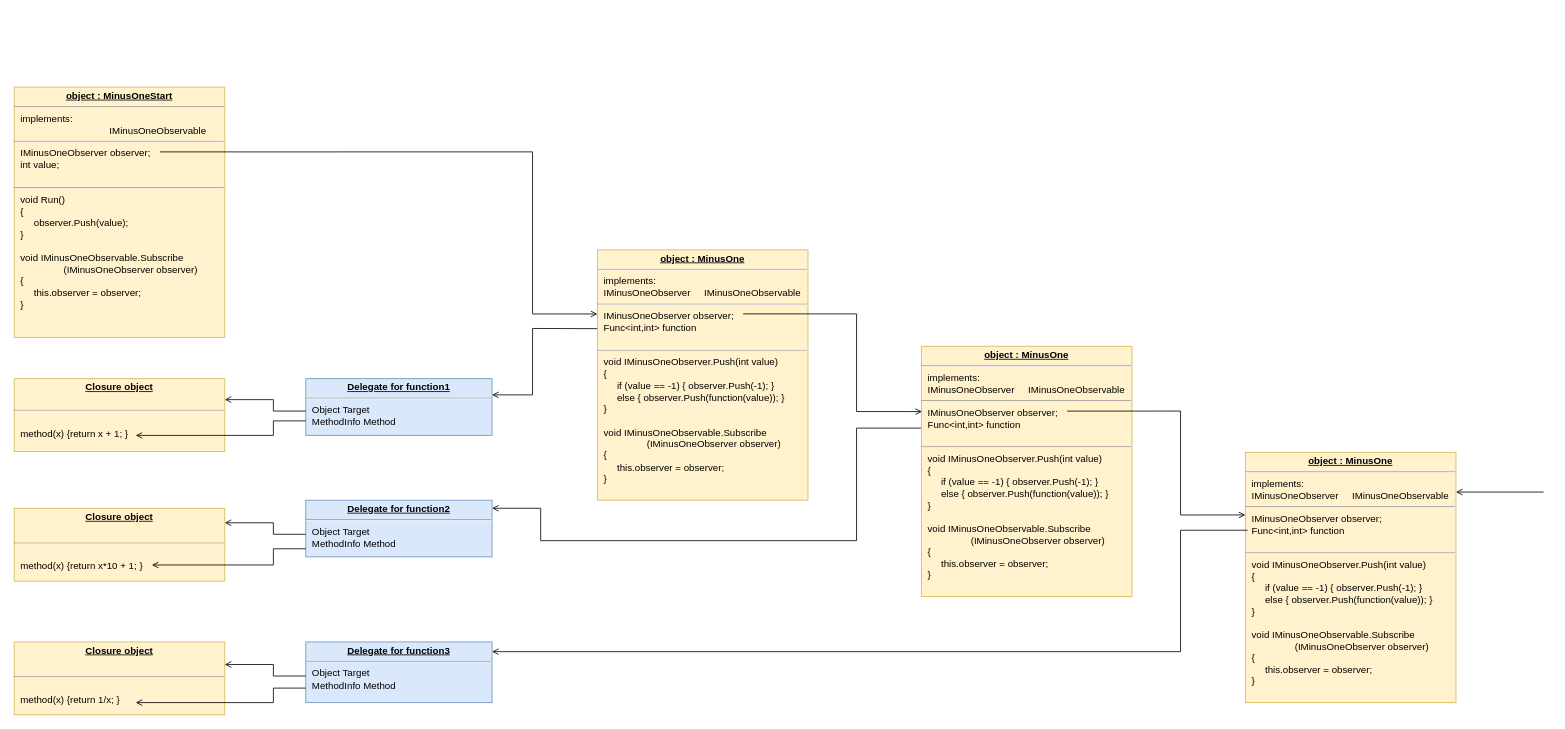
Earlier version of the draw.io diagram page "MinusOneDeferredPush" (5 of 7) of resources/MonadClosureDiagram.drawio (johnspray74/ALAAsciiDoc). Source tidied: cells renumbered, new cells numbered last; positions are measured from the earlier drawing's top-left corner, leaving out a move shared by most shapes. Both pictures are drawn from the tidied source at 81%, with x=0, y=0 at pixel (14, 87).
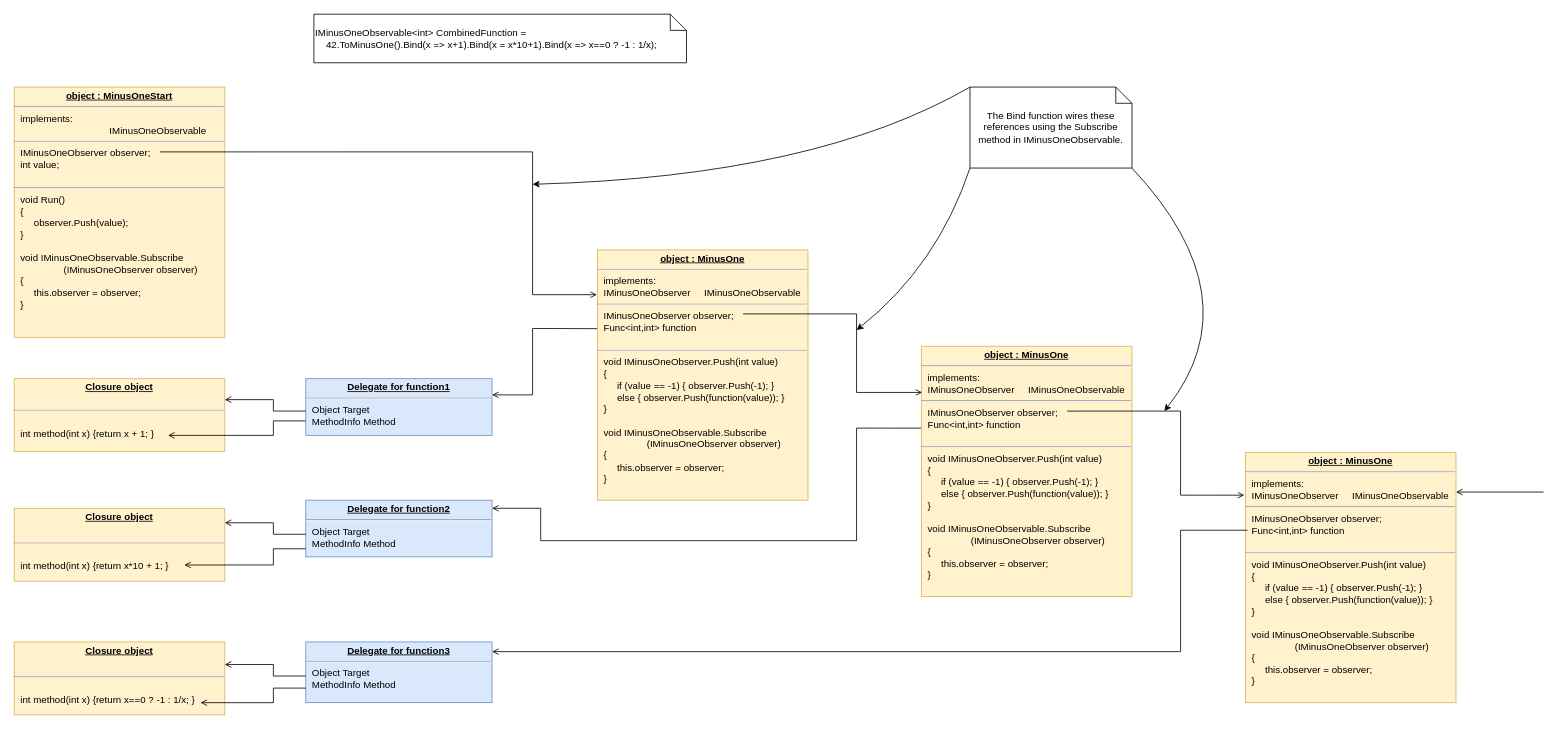
The same page after the edit.

Commit message (it also covers changes not shown here):
Edits to monad explanation section in chapter six and modification of the object diagrams for deferred MinusOne and Maybe monads.

The change refers to these unchanged cells:
```xml
<mxCell id="25" value="&lt;p style=&quot;margin: 0px ; margin-top: 4px ; text-align: center ; text-decoration: underline&quot;&gt;&lt;b&gt;object : MinusOne&lt;/b&gt;&lt;/p&gt;&lt;hr&gt;&lt;p style=&quot;margin: 0px ; margin-left: 8px&quot;&gt;implements:&lt;/p&gt;&lt;p style=&quot;margin: 0px ; margin-left: 8px&quot;&gt;IMinusOneObserver&amp;nbsp; &amp;nbsp; &amp;nbsp;IMinusOneObservable&lt;/p&gt;&lt;hr&gt;&lt;p style=&quot;margin: 0px ; margin-left: 8px&quot;&gt;&lt;span&gt;IMinus&lt;/span&gt;&lt;span&gt;OneObserver observer;&lt;/span&gt;&lt;/p&gt;&lt;p style=&quot;margin: 0px 0px 0px 8px&quot;&gt;Func&amp;lt;int,int&amp;gt; function&lt;/p&gt;&lt;p style=&quot;margin: 0px 0px 0px 8px&quot;&gt;&lt;br&gt;&lt;/p&gt;&lt;hr&gt;&lt;p style=&quot;margin: 0px ; margin-left: 8px&quot;&gt;&lt;span&gt;void IMinusOneObserver.Push(int value)&lt;/span&gt;&lt;br&gt;&lt;/p&gt;&lt;p style=&quot;margin: 0px ; margin-left: 8px&quot;&gt;{&lt;/p&gt;&lt;p style=&quot;margin: 0px ; margin-left: 8px&quot;&gt;&amp;nbsp; &amp;nbsp; &amp;nbsp;if (value == -1)&amp;nbsp;&lt;span&gt;{&amp;nbsp;&lt;/span&gt;&lt;span&gt;observer.Push(-1);&amp;nbsp;&lt;/span&gt;&lt;span&gt;}&lt;/span&gt;&lt;/p&gt;&lt;p style=&quot;margin: 0px ; margin-left: 8px&quot;&gt;&amp;nbsp; &amp;nbsp; &amp;nbsp;else&amp;nbsp;&lt;span&gt;{&amp;nbsp;&lt;/span&gt;&lt;span&gt;observer.Push(function(value));&amp;nbsp;&lt;/span&gt;&lt;span&gt;}&lt;/span&gt;&lt;/p&gt;&lt;p style=&quot;margin: 0px ; margin-left: 8px&quot;&gt;}&lt;/p&gt;&lt;p style=&quot;margin: 0px ; margin-left: 8px&quot;&gt;&lt;br&gt;&lt;/p&gt;&lt;p style=&quot;margin: 0px ; margin-left: 8px&quot;&gt;void IMinusOneObservable.Subscribe&lt;/p&gt;&lt;p style=&quot;margin: 0px ; margin-left: 8px&quot;&gt;&lt;span style=&quot;white-space: pre&quot;&gt;&#9;&lt;/span&gt;&lt;span style=&quot;white-space: pre&quot;&gt;&#9;&lt;/span&gt;(IMinusOneObserver observer)&lt;/p&gt;&lt;p style=&quot;margin: 0px ; margin-left: 8px&quot;&gt;{&lt;/p&gt;&lt;p style=&quot;margin: 0px ; margin-left: 8px&quot;&gt;&amp;nbsp; &amp;nbsp; &amp;nbsp;this.observer = observer;&lt;/p&gt;&lt;p style=&quot;margin: 0px ; margin-left: 8px&quot;&gt;}&lt;/p&gt;&lt;div&gt;&lt;br&gt;&lt;/div&gt;" style="verticalAlign=top;align=left;overflow=fill;fontSize=12;fontFamily=Helvetica;html=1;fillColor=#fff2cc;strokeColor=#d6b656;" parent="1" vertex="1">
  <mxGeometry x="1520" y="451" width="260" height="309" as="geometry" />
</mxCell>
<mxCell id="34" value="&lt;p style=&quot;margin: 0px ; margin-top: 4px ; text-align: center ; text-decoration: underline&quot;&gt;&lt;b&gt;object : MinusOne&lt;/b&gt;&lt;/p&gt;&lt;hr&gt;&lt;p style=&quot;margin: 0px ; margin-left: 8px&quot;&gt;implements:&lt;/p&gt;&lt;p style=&quot;margin: 0px ; margin-left: 8px&quot;&gt;IMinusOneObserver&amp;nbsp; &amp;nbsp; &amp;nbsp;IMinusOneObservable&lt;/p&gt;&lt;hr&gt;&lt;p style=&quot;margin: 0px ; margin-left: 8px&quot;&gt;&lt;span&gt;IMinus&lt;/span&gt;&lt;span&gt;OneObserver observer;&lt;/span&gt;&lt;/p&gt;&lt;p style=&quot;margin: 0px 0px 0px 8px&quot;&gt;Func&amp;lt;int,int&amp;gt; function&lt;/p&gt;&lt;p style=&quot;margin: 0px 0px 0px 8px&quot;&gt;&lt;br&gt;&lt;/p&gt;&lt;hr&gt;&lt;p style=&quot;margin: 0px ; margin-left: 8px&quot;&gt;&lt;span&gt;void IMinusOneObserver.Push(int value)&lt;/span&gt;&lt;br&gt;&lt;/p&gt;&lt;p style=&quot;margin: 0px ; margin-left: 8px&quot;&gt;{&lt;/p&gt;&lt;p style=&quot;margin: 0px ; margin-left: 8px&quot;&gt;&amp;nbsp; &amp;nbsp; &amp;nbsp;if (value == -1)&amp;nbsp;&lt;span&gt;{&amp;nbsp;&lt;/span&gt;&lt;span&gt;observer.Push(-1);&amp;nbsp;&lt;/span&gt;&lt;span&gt;}&lt;/span&gt;&lt;/p&gt;&lt;p style=&quot;margin: 0px ; margin-left: 8px&quot;&gt;&amp;nbsp; &amp;nbsp; &amp;nbsp;else&amp;nbsp;&lt;span&gt;{&amp;nbsp;&lt;/span&gt;&lt;span&gt;observer.Push(function(value));&amp;nbsp;&lt;/span&gt;&lt;span&gt;}&lt;/span&gt;&lt;/p&gt;&lt;p style=&quot;margin: 0px ; margin-left: 8px&quot;&gt;}&lt;/p&gt;&lt;p style=&quot;margin: 0px ; margin-left: 8px&quot;&gt;&lt;br&gt;&lt;/p&gt;&lt;p style=&quot;margin: 0px ; margin-left: 8px&quot;&gt;void IMinusOneObservable.Subscribe&lt;/p&gt;&lt;p style=&quot;margin: 0px ; margin-left: 8px&quot;&gt;&lt;span style=&quot;white-space: pre&quot;&gt;&#9;&lt;/span&gt;&lt;span style=&quot;white-space: pre&quot;&gt;&#9;&lt;/span&gt;(IMinusOneObserver observer)&lt;/p&gt;&lt;p style=&quot;margin: 0px ; margin-left: 8px&quot;&gt;{&lt;/p&gt;&lt;p style=&quot;margin: 0px ; margin-left: 8px&quot;&gt;&amp;nbsp; &amp;nbsp; &amp;nbsp;this.observer = observer;&lt;/p&gt;&lt;p style=&quot;margin: 0px ; margin-left: 8px&quot;&gt;}&lt;/p&gt;&lt;div&gt;&lt;br&gt;&lt;/div&gt;" style="verticalAlign=top;align=left;overflow=fill;fontSize=12;fontFamily=Helvetica;html=1;fillColor=#fff2cc;strokeColor=#d6b656;" parent="1" vertex="1">
  <mxGeometry x="1120" y="320" width="260" height="309" as="geometry" />
</mxCell>
<mxCell id="35" value="&lt;p style=&quot;margin: 0px ; margin-top: 4px ; text-align: center ; text-decoration: underline&quot;&gt;&lt;b&gt;object : MinusOne&lt;/b&gt;&lt;/p&gt;&lt;hr&gt;&lt;p style=&quot;margin: 0px ; margin-left: 8px&quot;&gt;implements:&lt;/p&gt;&lt;p style=&quot;margin: 0px ; margin-left: 8px&quot;&gt;IMinusOneObserver&amp;nbsp; &amp;nbsp; &amp;nbsp;IMinusOneObservable&lt;/p&gt;&lt;hr&gt;&lt;p style=&quot;margin: 0px ; margin-left: 8px&quot;&gt;&lt;span&gt;IMinus&lt;/span&gt;&lt;span&gt;OneObserver observer;&lt;/span&gt;&lt;/p&gt;&lt;p style=&quot;margin: 0px 0px 0px 8px&quot;&gt;Func&amp;lt;int,int&amp;gt; function&lt;/p&gt;&lt;p style=&quot;margin: 0px 0px 0px 8px&quot;&gt;&lt;br&gt;&lt;/p&gt;&lt;hr&gt;&lt;p style=&quot;margin: 0px ; margin-left: 8px&quot;&gt;&lt;span&gt;void IMinusOneObserver.Push(int value)&lt;/span&gt;&lt;br&gt;&lt;/p&gt;&lt;p style=&quot;margin: 0px ; margin-left: 8px&quot;&gt;{&lt;/p&gt;&lt;p style=&quot;margin: 0px ; margin-left: 8px&quot;&gt;&amp;nbsp; &amp;nbsp; &amp;nbsp;if (value == -1)&amp;nbsp;&lt;span&gt;{&amp;nbsp;&lt;/span&gt;&lt;span&gt;observer.Push(-1);&amp;nbsp;&lt;/span&gt;&lt;span&gt;}&lt;/span&gt;&lt;/p&gt;&lt;p style=&quot;margin: 0px ; margin-left: 8px&quot;&gt;&amp;nbsp; &amp;nbsp; &amp;nbsp;else&amp;nbsp;&lt;span&gt;{&amp;nbsp;&lt;/span&gt;&lt;span&gt;observer.Push(function(value));&amp;nbsp;&lt;/span&gt;&lt;span&gt;}&lt;/span&gt;&lt;/p&gt;&lt;p style=&quot;margin: 0px ; margin-left: 8px&quot;&gt;}&lt;/p&gt;&lt;p style=&quot;margin: 0px ; margin-left: 8px&quot;&gt;&lt;br&gt;&lt;/p&gt;&lt;p style=&quot;margin: 0px ; margin-left: 8px&quot;&gt;void IMinusOneObservable.Subscribe&lt;/p&gt;&lt;p style=&quot;margin: 0px ; margin-left: 8px&quot;&gt;&lt;span style=&quot;white-space: pre&quot;&gt;&#9;&lt;/span&gt;&lt;span style=&quot;white-space: pre&quot;&gt;&#9;&lt;/span&gt;(IMinusOneObserver observer)&lt;/p&gt;&lt;p style=&quot;margin: 0px ; margin-left: 8px&quot;&gt;{&lt;/p&gt;&lt;p style=&quot;margin: 0px ; margin-left: 8px&quot;&gt;&amp;nbsp; &amp;nbsp; &amp;nbsp;this.observer = observer;&lt;/p&gt;&lt;p style=&quot;margin: 0px ; margin-left: 8px&quot;&gt;}&lt;/p&gt;&lt;div&gt;&lt;br&gt;&lt;/div&gt;" style="verticalAlign=top;align=left;overflow=fill;fontSize=12;fontFamily=Helvetica;html=1;fillColor=#fff2cc;strokeColor=#d6b656;" parent="1" vertex="1">
  <mxGeometry x="720" y="201" width="260" height="309" as="geometry" />
</mxCell>
<mxCell id="40" value="&lt;p style=&quot;margin: 0px ; margin-top: 4px ; text-align: center ; text-decoration: underline&quot;&gt;&lt;b&gt;object : MinusOneStart&lt;/b&gt;&lt;/p&gt;&lt;hr&gt;&lt;p style=&quot;margin: 0px ; margin-left: 8px&quot;&gt;implements:&lt;/p&gt;&lt;p style=&quot;margin: 0px ; margin-left: 8px&quot;&gt;&amp;nbsp; &amp;nbsp; &amp;nbsp; &amp;nbsp; &amp;nbsp; &amp;nbsp; &amp;nbsp; &amp;nbsp; &amp;nbsp; &amp;nbsp; &amp;nbsp; &amp;nbsp; &amp;nbsp; &amp;nbsp; &amp;nbsp; &amp;nbsp; &amp;nbsp;IMinusOneObservable&lt;/p&gt;&lt;hr&gt;&lt;p style=&quot;margin: 0px ; margin-left: 8px&quot;&gt;&lt;span&gt;IMinus&lt;/span&gt;&lt;span&gt;OneObserver observer;&lt;/span&gt;&lt;/p&gt;&lt;p style=&quot;margin: 0px 0px 0px 8px&quot;&gt;&lt;span&gt;int value;&lt;/span&gt;&lt;/p&gt;&lt;p style=&quot;margin: 0px 0px 0px 8px&quot;&gt;&lt;br&gt;&lt;/p&gt;&lt;hr&gt;&lt;p style=&quot;margin: 0px ; margin-left: 8px&quot;&gt;&lt;span&gt;void Run()&lt;/span&gt;&lt;br&gt;&lt;/p&gt;&lt;p style=&quot;margin: 0px ; margin-left: 8px&quot;&gt;{&lt;/p&gt;&lt;p style=&quot;margin: 0px ; margin-left: 8px&quot;&gt;&amp;nbsp; &amp;nbsp; &amp;nbsp;&lt;span&gt;observer.Push(value);&lt;/span&gt;&lt;/p&gt;&lt;p style=&quot;margin: 0px ; margin-left: 8px&quot;&gt;}&lt;/p&gt;&lt;p style=&quot;margin: 0px ; margin-left: 8px&quot;&gt;&lt;br&gt;&lt;/p&gt;&lt;p style=&quot;margin: 0px ; margin-left: 8px&quot;&gt;void IMinusOneObservable.Subscribe&lt;/p&gt;&lt;p style=&quot;margin: 0px ; margin-left: 8px&quot;&gt;&lt;span style=&quot;white-space: pre&quot;&gt;&#9;&lt;/span&gt;&lt;span style=&quot;white-space: pre&quot;&gt;&#9;&lt;/span&gt;(IMinusOneObserver observer)&lt;/p&gt;&lt;p style=&quot;margin: 0px ; margin-left: 8px&quot;&gt;{&lt;/p&gt;&lt;p style=&quot;margin: 0px ; margin-left: 8px&quot;&gt;&amp;nbsp; &amp;nbsp; &amp;nbsp;this.observer = observer;&lt;/p&gt;&lt;p style=&quot;margin: 0px ; margin-left: 8px&quot;&gt;}&lt;/p&gt;&lt;div&gt;&lt;br&gt;&lt;/div&gt;" style="verticalAlign=top;align=left;overflow=fill;fontSize=12;fontFamily=Helvetica;html=1;fillColor=#fff2cc;strokeColor=#d6b656;" parent="1" vertex="1">
  <mxGeometry width="260" height="309" as="geometry" />
</mxCell>
```

The edit, as a diff of the source:
```diff
@@
-    <mxCell id="10" value="&lt;p style=&quot;margin:0px;margin-top:4px;text-align:center;text-decoration:underline;&quot;&gt;&lt;b&gt;Closure object&lt;/b&gt;&lt;/p&gt;&lt;br&gt;&lt;hr&gt;&lt;p style=&quot;margin:0px;margin-left:8px;&quot;&gt;&lt;span style=&quot;background-color: initial;&quot;&gt;&lt;br&gt;&lt;/span&gt;&lt;/p&gt;&lt;p style=&quot;margin:0px;margin-left:8px;&quot;&gt;&lt;span style=&quot;background-color: initial;&quot;&gt;method(x) {return x + 1; }&lt;/span&gt;&lt;br&gt;&lt;/p&gt;" style="verticalAlign=top;align=left;overflow=fill;fontSize=12;fontFamily=Helvetica;html=1;fillColor=#fff2cc;strokeColor=#d6b656;" parent="1" vertex="1">
+    <mxCell id="10" value="&lt;p style=&quot;margin: 0px ; margin-top: 4px ; text-align: center ; text-decoration: underline&quot;&gt;&lt;b&gt;Closure object&lt;/b&gt;&lt;/p&gt;&lt;br&gt;&lt;hr&gt;&lt;p style=&quot;margin: 0px ; margin-left: 8px&quot;&gt;&lt;span&gt;&lt;br&gt;&lt;/span&gt;&lt;/p&gt;&lt;p style=&quot;margin: 0px ; margin-left: 8px&quot;&gt;&lt;span&gt;int method(int x) {return x + 1; }&lt;/span&gt;&lt;br&gt;&lt;/p&gt;" style="verticalAlign=top;align=left;overflow=fill;fontSize=12;fontFamily=Helvetica;html=1;fillColor=#fff2cc;strokeColor=#d6b656;" parent="1" vertex="1">
       <mxGeometry y="360" width="260" height="90" as="geometry" />
     </mxCell>
-    <mxCell id="11" value="&lt;p style=&quot;margin:0px;margin-top:4px;text-align:center;text-decoration:underline;&quot;&gt;&lt;b&gt;Closure object&lt;/b&gt;&lt;/p&gt;&lt;p style=&quot;margin:0px;margin-top:4px;text-align:center;text-decoration:underline;&quot;&gt;&lt;b&gt;&lt;br&gt;&lt;/b&gt;&lt;/p&gt;&lt;hr&gt;&lt;p style=&quot;margin:0px;margin-left:8px;&quot;&gt;&lt;br&gt;&lt;/p&gt;&lt;p style=&quot;margin:0px;margin-left:8px;&quot;&gt;&lt;span style=&quot;background-color: initial;&quot;&gt;method(x) {return x*10 + 1; }&lt;/span&gt;&lt;br&gt;&lt;/p&gt;" style="verticalAlign=top;align=left;overflow=fill;fontSize=12;fontFamily=Helvetica;html=1;fillColor=#fff2cc;strokeColor=#d6b656;" parent="1" vertex="1">
+    <mxCell id="11" value="&lt;p style=&quot;margin: 0px ; margin-top: 4px ; text-align: center ; text-decoration: underline&quot;&gt;&lt;b&gt;Closure object&lt;/b&gt;&lt;/p&gt;&lt;p style=&quot;margin: 0px ; margin-top: 4px ; text-align: center ; text-decoration: underline&quot;&gt;&lt;b&gt;&lt;br&gt;&lt;/b&gt;&lt;/p&gt;&lt;hr&gt;&lt;p style=&quot;margin: 0px ; margin-left: 8px&quot;&gt;&lt;br&gt;&lt;/p&gt;&lt;p style=&quot;margin: 0px ; margin-left: 8px&quot;&gt;&lt;span&gt;int method(int x) {return x*10 + 1; }&lt;/span&gt;&lt;br&gt;&lt;/p&gt;" style="verticalAlign=top;align=left;overflow=fill;fontSize=12;fontFamily=Helvetica;html=1;fillColor=#fff2cc;strokeColor=#d6b656;" parent="1" vertex="1">
       <mxGeometry y="520" width="260" height="90" as="geometry" />
     </mxCell>
-    <mxCell id="12" value="&lt;p style=&quot;margin:0px;margin-top:4px;text-align:center;text-decoration:underline;&quot;&gt;&lt;b&gt;Closure object&lt;/b&gt;&lt;/p&gt;&lt;p style=&quot;margin:0px;margin-top:4px;text-align:center;text-decoration:underline;&quot;&gt;&lt;b&gt;&lt;br&gt;&lt;/b&gt;&lt;/p&gt;&lt;hr&gt;&lt;p style=&quot;margin:0px;margin-left:8px;&quot;&gt;&lt;span style=&quot;background-color: initial;&quot;&gt;&lt;br&gt;&lt;/span&gt;&lt;/p&gt;&lt;p style=&quot;margin:0px;margin-left:8px;&quot;&gt;&lt;span style=&quot;background-color: initial;&quot;&gt;method(x) {return 1/x; }&lt;/span&gt;&lt;br&gt;&lt;/p&gt;" style="verticalAlign=top;align=left;overflow=fill;fontSize=12;fontFamily=Helvetica;html=1;fillColor=#fff2cc;strokeColor=#d6b656;" parent="1" vertex="1">
+    <mxCell id="12" value="&lt;p style=&quot;margin: 0px ; margin-top: 4px ; text-align: center ; text-decoration: underline&quot;&gt;&lt;b&gt;Closure object&lt;/b&gt;&lt;/p&gt;&lt;p style=&quot;margin: 0px ; margin-top: 4px ; text-align: center ; text-decoration: underline&quot;&gt;&lt;b&gt;&lt;br&gt;&lt;/b&gt;&lt;/p&gt;&lt;hr&gt;&lt;p style=&quot;margin: 0px ; margin-left: 8px&quot;&gt;&lt;span&gt;&lt;br&gt;&lt;/span&gt;&lt;/p&gt;&lt;p style=&quot;margin: 0px ; margin-left: 8px&quot;&gt;&lt;span&gt;int method(int x) {return x==0 ? -1 : 1/x; }&lt;/span&gt;&lt;br&gt;&lt;/p&gt;" style="verticalAlign=top;align=left;overflow=fill;fontSize=12;fontFamily=Helvetica;html=1;fillColor=#fff2cc;strokeColor=#d6b656;" parent="1" vertex="1">
       <mxGeometry y="685" width="260" height="90" as="geometry" />
     </mxCell>
@@
-    <mxCell id="15" style="endArrow=open;shadow=0;strokeWidth=1;rounded=0;endFill=1;edgeStyle=orthogonalEdgeStyle;elbow=vertical;entryX=0.577;entryY=0.778;entryDx=0;entryDy=0;entryPerimeter=0;" parent="1" edge="1" target="10">
+    <mxCell id="15" style="endArrow=open;shadow=0;strokeWidth=1;rounded=0;endFill=1;edgeStyle=orthogonalEdgeStyle;elbow=vertical;" parent="1" edge="1">
       <mxGeometry x="0.5" y="41" relative="1" as="geometry">
         <mxPoint x="360" y="412.1" as="sourcePoint" />
+        <mxPoint x="190" y="430" as="targetPoint" />
         <Array as="points">
           <mxPoint x="320" y="412" />
           <mxPoint x="320" y="430" />
         </Array>
         <mxPoint x="-40" y="32" as="offset" />
       </mxGeometry>
     </mxCell>
@@
     <mxCell id="17" style="endArrow=open;shadow=0;strokeWidth=1;rounded=0;endFill=1;edgeStyle=orthogonalEdgeStyle;elbow=vertical;" parent="1" edge="1">
       <mxGeometry x="0.5" y="41" relative="1" as="geometry">
         <mxPoint x="360" y="570" as="sourcePoint" />
-        <mxPoint x="170" y="590" as="targetPoint" />
+        <mxPoint x="210" y="590" as="targetPoint" />
         <Array as="points">
           <mxPoint x="320" y="570" />
           <mxPoint x="320" y="590" />
         </Array>
         <mxPoint x="-40" y="32" as="offset" />
       </mxGeometry>
     </mxCell>
@@
-    <mxCell id="19" style="endArrow=open;shadow=0;strokeWidth=1;rounded=0;endFill=1;edgeStyle=orthogonalEdgeStyle;elbow=vertical;entryX=0.577;entryY=0.778;entryDx=0;entryDy=0;entryPerimeter=0;" parent="1" edge="1">
+    <mxCell id="19" style="endArrow=open;shadow=0;strokeWidth=1;rounded=0;endFill=1;edgeStyle=orthogonalEdgeStyle;elbow=vertical;" parent="1" edge="1">
       <mxGeometry x="0.5" y="41" relative="1" as="geometry">
         <mxPoint x="360" y="742" as="sourcePoint" />
-        <mxPoint x="150" y="759.9" as="targetPoint" />
+        <mxPoint x="230" y="760" as="targetPoint" />
         <Array as="points">
           <mxPoint x="320" y="741.9" />
           <mxPoint x="320" y="759.9" />
         </Array>
         <mxPoint x="-40" y="32" as="offset" />
       </mxGeometry>
     </mxCell>
@@
-    <mxCell id="36" style="endArrow=open;shadow=0;strokeWidth=1;rounded=0;endFill=1;edgeStyle=orthogonalEdgeStyle;elbow=vertical;exitX=0.692;exitY=0.259;exitDx=0;exitDy=0;exitPerimeter=0;entryX=0;entryY=0.25;entryDx=0;entryDy=0;" parent="1" edge="1" source="34" target="25">
+    <mxCell id="36" style="endArrow=open;shadow=0;strokeWidth=1;rounded=0;endFill=1;edgeStyle=orthogonalEdgeStyle;elbow=vertical;exitX=0.692;exitY=0.259;exitDx=0;exitDy=0;exitPerimeter=0;entryX=-0.005;entryY=0.171;entryDx=0;entryDy=0;entryPerimeter=0;" parent="1" edge="1" source="34" target="25">
       <mxGeometry x="0.5" y="41" relative="1" as="geometry">
         <Array as="points">
           <mxPoint x="1440" y="400" />
-          <mxPoint x="1440" y="528" />
+          <mxPoint x="1440" y="504" />
         </Array>
         <mxPoint x="-40" y="32" as="offset" />
       </mxGeometry>
     </mxCell>
@@
-    <mxCell id="38" style="endArrow=open;shadow=0;strokeWidth=1;rounded=0;endFill=1;edgeStyle=orthogonalEdgeStyle;elbow=vertical;exitX=0.692;exitY=0.259;exitDx=0;exitDy=0;exitPerimeter=0;entryX=0.003;entryY=0.261;entryDx=0;entryDy=0;entryPerimeter=0;" parent="1" edge="1" target="34">
+    <mxCell id="38" style="endArrow=open;shadow=0;strokeWidth=1;rounded=0;endFill=1;edgeStyle=orthogonalEdgeStyle;elbow=vertical;exitX=0.692;exitY=0.259;exitDx=0;exitDy=0;exitPerimeter=0;" parent="1" edge="1">
       <mxGeometry x="0.5" y="41" relative="1" as="geometry">
         <mxPoint x="899.9" y="280" as="sourcePoint" />
+        <mxPoint x="1121" y="377" as="targetPoint" />
         <Array as="points">
           <mxPoint x="1040" y="280" />
-          <mxPoint x="1040" y="400" />
-          <mxPoint x="1121" y="400" />
+          <mxPoint x="1040" y="377" />
+          <mxPoint x="1121" y="377" />
         </Array>
         <mxPoint x="-40" y="32" as="offset" />
       </mxGeometry>
     </mxCell>
@@
-    <mxCell id="41" style="endArrow=open;shadow=0;strokeWidth=1;rounded=0;endFill=1;edgeStyle=orthogonalEdgeStyle;elbow=vertical;exitX=0.692;exitY=0.259;exitDx=0;exitDy=0;exitPerimeter=0;entryX=0;entryY=0.256;entryDx=0;entryDy=0;entryPerimeter=0;" parent="1" edge="1" source="40" target="35">
+    <mxCell id="41" style="endArrow=open;shadow=0;strokeWidth=1;rounded=0;endFill=1;edgeStyle=orthogonalEdgeStyle;elbow=vertical;exitX=0.692;exitY=0.259;exitDx=0;exitDy=0;exitPerimeter=0;entryX=-0.002;entryY=0.179;entryDx=0;entryDy=0;entryPerimeter=0;" parent="1" edge="1" source="40" target="35">
       <mxGeometry x="0.5" y="41" relative="1" as="geometry">
         <Array as="points">
           <mxPoint x="640" y="80" />
-          <mxPoint x="640" y="280" />
+          <mxPoint x="640" y="256" />
         </Array>
         <mxPoint x="-40" y="32" as="offset" />
       </mxGeometry>
     </mxCell>
@@
+    <mxCell id="43" value="The Bind function wires these references using the Subscribe method in IMinusOneObservable." style="shape=note;size=20;whiteSpace=wrap;html=1;" parent="1" vertex="1">
+      <mxGeometry x="1180" width="200" height="100" as="geometry" />
+    </mxCell>
+    <mxCell id="44" style="curved=1;endArrow=classic;html=1;rounded=0;exitX=1;exitY=1;exitDx=0;exitDy=0;exitPerimeter=0;" parent="1" edge="1" source="43">
+      <mxGeometry relative="1" as="geometry">
+        <mxPoint x="1420" y="400" as="targetPoint" />
+        <Array as="points">
+          <mxPoint x="1530" y="260" />
+        </Array>
+      </mxGeometry>
+    </mxCell>
+    <mxCell id="45" style="curved=1;endArrow=classic;html=1;rounded=0;exitX=1;exitY=1;exitDx=0;exitDy=0;exitPerimeter=0;" parent="1" edge="1">
+      <mxGeometry relative="1" as="geometry">
+        <mxPoint x="1180" y="100" as="sourcePoint" />
+        <mxPoint x="1040" y="300" as="targetPoint" />
+        <Array as="points">
+          <mxPoint x="1140" y="220" />
+        </Array>
+      </mxGeometry>
+    </mxCell>
+    <mxCell id="46" style="curved=1;endArrow=classic;html=1;rounded=0;exitX=1;exitY=1;exitDx=0;exitDy=0;exitPerimeter=0;" parent="1" edge="1">
+      <mxGeometry relative="1" as="geometry">
+        <mxPoint x="1180" as="sourcePoint" />
+        <mxPoint x="640" y="120" as="targetPoint" />
+        <Array as="points">
+          <mxPoint x="990" y="110" />
+        </Array>
+      </mxGeometry>
+    </mxCell>
+    <mxCell id="47" value="&lt;div&gt;IMinusOneObservable&amp;lt;int&amp;gt; CombinedFunction =&amp;nbsp;&lt;/div&gt;&lt;div&gt;&amp;nbsp; &amp;nbsp; 42.ToMinusOne().Bind(x =&amp;gt; x+1).Bind(x = x*10+1).Bind(x =&amp;gt; x==0 ? -1 : 1/x);&lt;/div&gt;" style="shape=note;size=20;whiteSpace=wrap;html=1;align=left;" parent="1" vertex="1">
+      <mxGeometry x="370" y="-90" width="460" height="60" as="geometry" />
+    </mxCell>
```
